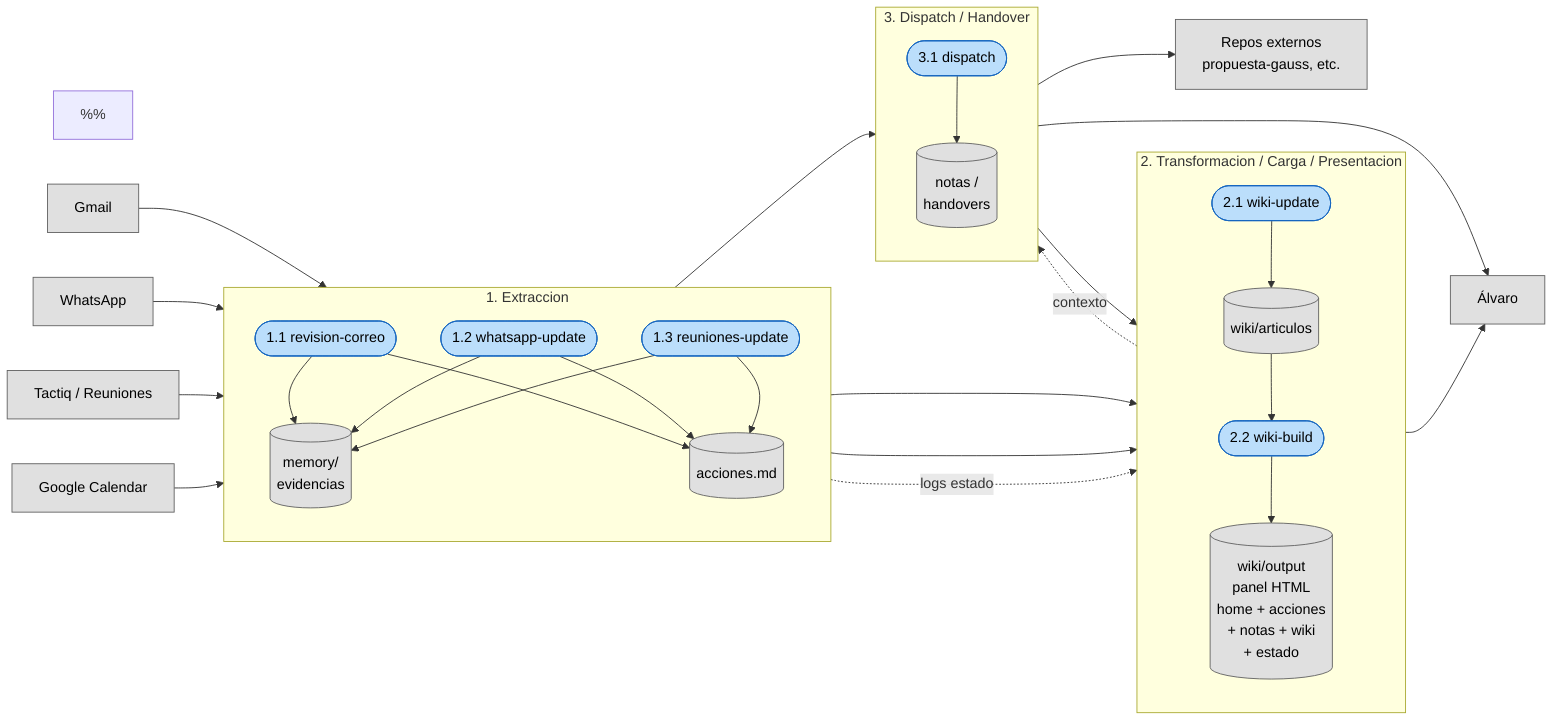
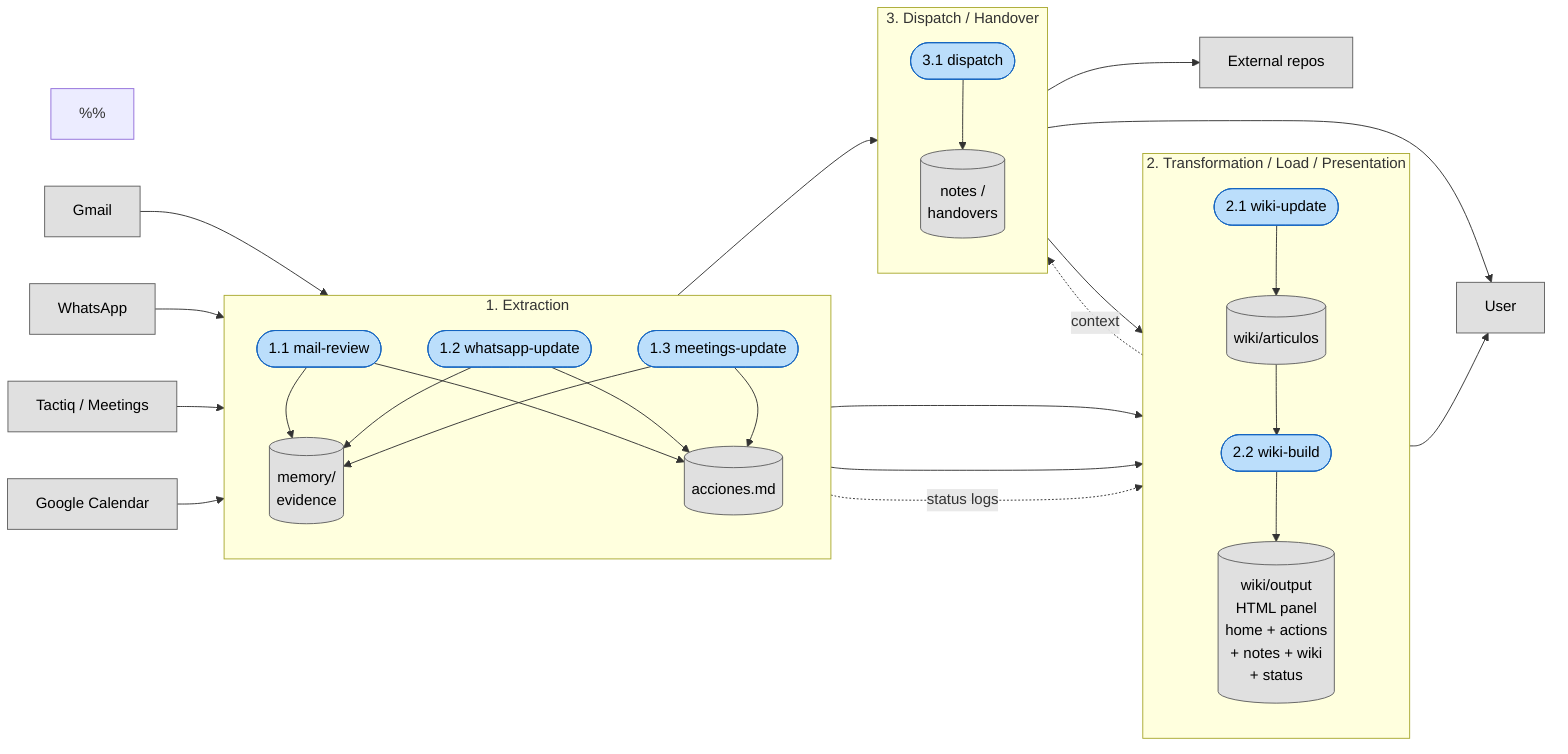
flowchart LR

- %% Secretary — Arquitectura nivel 1 (DFD)
- %% Convencion:
- %%   [X]    entidad externa
- %%   ([X])  proceso (numerado)
+ %% Secretary — Level 1 architecture (DFD)
+ %% Convention:
+ %%   [X]    external entity
+ %%   ([X])  process (numbered)
%%   [(X)]  data store
%%
- %% Fuente de verdad editable. Reflejar aqui cualquier cambio
- %% estructural antes (o a la par) de implementarlo en codigo.
+ %% Editable source of truth. Reflect any structural change
+ %% here before (or alongside) implementing it in code.

-     %% --- Entidades externas ---
+     %% --- External entities ---
    Gmail[Gmail]
    WA[WhatsApp]
-     Tactiq[Tactiq / Reuniones]
+     Tactiq[Tactiq / Meetings]
    Cal[Google Calendar]
-     Alvaro[Álvaro]
-     Repos[Repos externos<br/>propuesta-gauss, etc.]
+     User[User]
+     Repos[External repos]

-     %% --- Modulo 1: Extraccion ---
-     subgraph M1[" 1. Extraccion "]
+     %% --- Module 1: Extraction ---
+     subgraph M1[" 1. Extraction "]
        direction TB
-         P1([1.1 revision-correo])
+         P1([1.1 mail-review])
        P2([1.2 whatsapp-update])
-         P3([1.3 reuniones-update])
-         DS_mem[("memory/<br/>evidencias")]
+         P3([1.3 meetings-update])
+         DS_mem[("memory/<br/>evidence")]
        DS_acc[("acciones.md")]
        P1 --> DS_mem
        P2 --> DS_mem
        P3 --> DS_mem
        P1 --> DS_acc
        P2 --> DS_acc
        P3 --> DS_acc
    end

-     %% --- Modulo 2: Transformacion / Carga / Presentacion ---
-     subgraph M2[" 2. Transformacion / Carga / Presentacion "]
+     %% --- Module 2: Transformation / Load / Presentation ---
+     subgraph M2[" 2. Transformation / Load / Presentation "]
        direction TB
        P4([2.1 wiki-update])
        P5([2.2 wiki-build])
        DS_wiki[("wiki/articulos")]
-         DS_html[("wiki/output<br/>panel HTML<br/>home + acciones<br/>+ notas + wiki<br/>+ estado")]
+         DS_html[("wiki/output<br/>HTML panel<br/>home + actions<br/>+ notes + wiki<br/>+ status")]
        P4 --> DS_wiki
        DS_wiki --> P5 --> DS_html
    end

-     %% --- Modulo 3: Dispatch / Handover ---
+     %% --- Module 3: Dispatch / Handover ---
    subgraph M3[" 3. Dispatch / Handover "]
        direction TB
        P6([3.1 dispatch])
-         DS_notas[("notas /<br/>handovers")]
+         DS_notas[("notes /<br/>handovers")]
        P6 --> DS_notas
    end

-     %% --- Flujos entre modulos ---
+     %% --- Flows between modules ---
    Gmail --> P1
    WA --> P2
    Tactiq --> P3
    Cal --> P3

    DS_mem --> P4
    DS_acc --> P6
-     DS_wiki -. contexto .-> P6
+     DS_wiki -. context .-> P6

-     %% wiki-build agrega acciones y notas al panel HTML
+     %% wiki-build adds actions and notes to the HTML panel
    DS_acc --> P5
    DS_notas --> P5
-     DS_mem -. logs estado .-> P5
+     DS_mem -. status logs .-> P5

    P6 --> Repos
-     DS_notas --> Alvaro
-     DS_html --> Alvaro
+     DS_notas --> User
+     DS_html --> User

-     %% --- estilos ---
+     %% --- styles ---
    classDef actividad fill:#bbdefb,stroke:#1565c0,color:#000;
    classDef io        fill:#e0e0e0,stroke:#616161,color:#000;

    class P1,P2,P3,P4,P5,P6 actividad;
-     class Gmail,WA,Tactiq,Cal,Alvaro,Repos,DS_mem,DS_acc,DS_wiki,DS_html,DS_notas io;
+     class Gmail,WA,Tactiq,Cal,User,Repos,DS_mem,DS_acc,DS_wiki,DS_html,DS_notas io;
